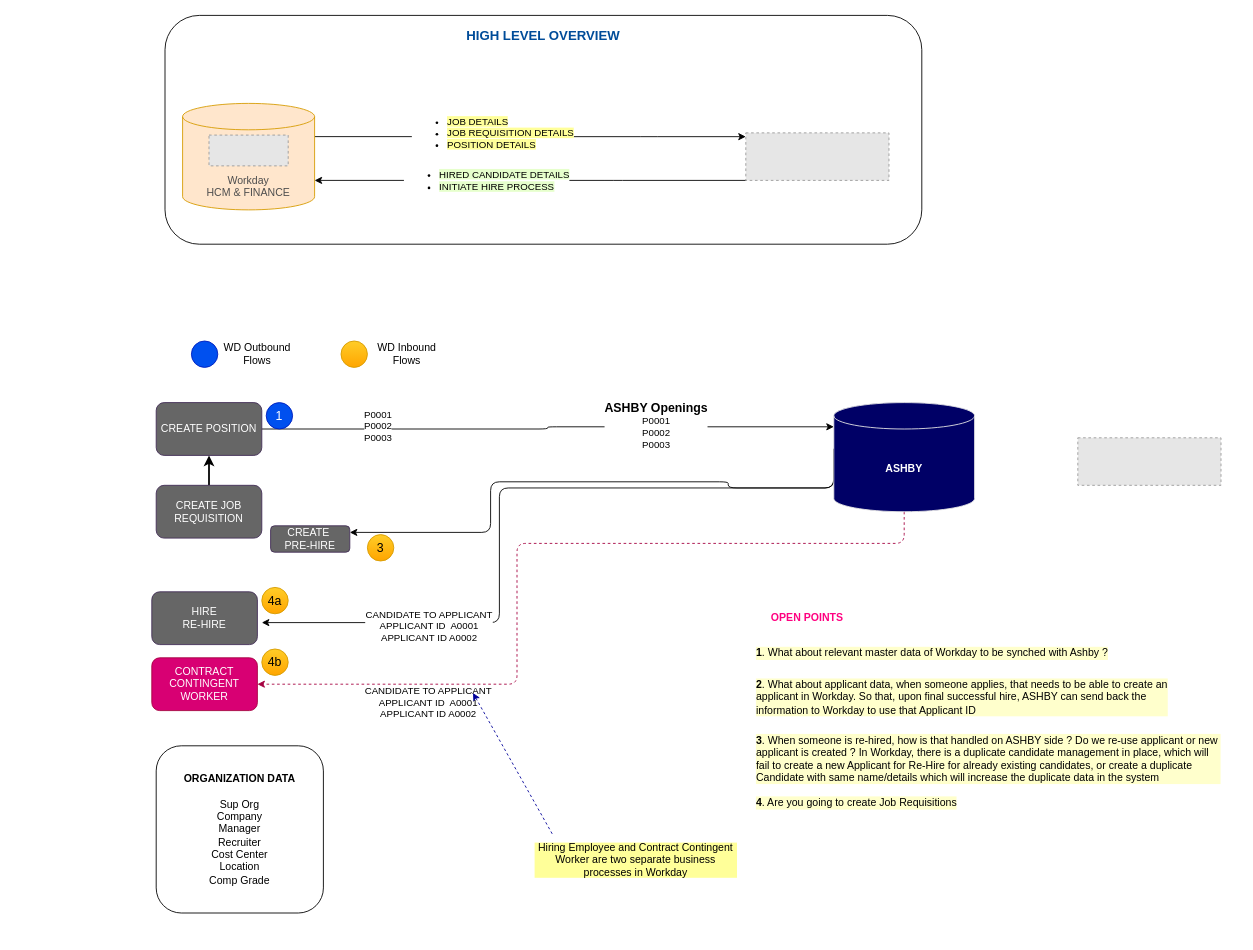
Above: ASHBY Recruiting Integration.drawio in sandyaroma/sandyaroma (draw.io), before the change. Source tidied: cells renumbered, new cells numbered last; positions are measured from the earlier drawing's top-left corner, leaving out a move shared by most shapes. Both pictures are drawn from the tidied source at 88%, with x=0, y=0 at pixel (15, 15). Pictures stored in the file or linked from it are replaced by grey dashed boxes.
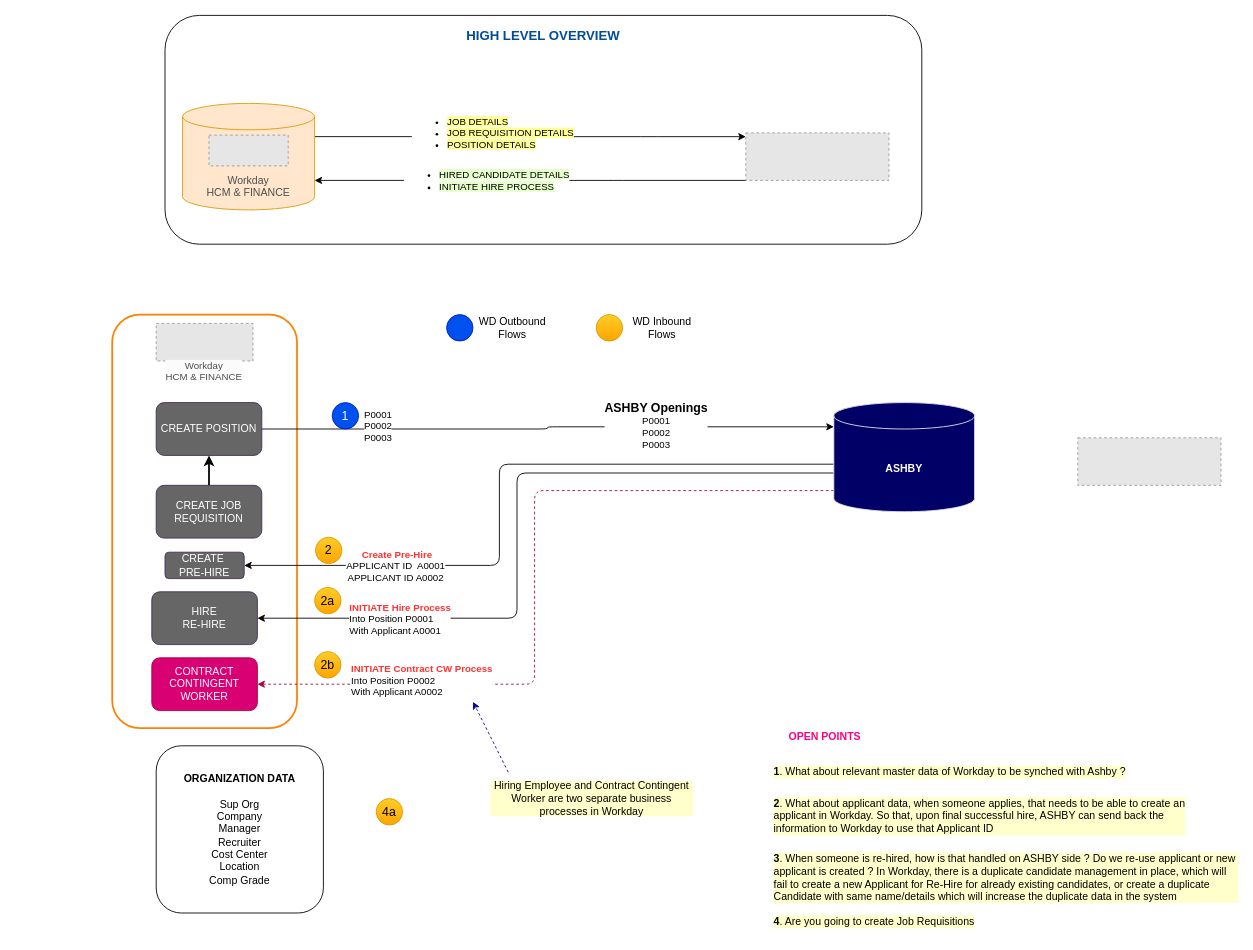
Above is the later version.

The change refers to these unchanged cells:
```xml
<mxCell id="20" value="&lt;font color=&quot;#ffffff&quot;&gt;&lt;b&gt;ASHBY&lt;/b&gt;&lt;/font&gt;" style="shape=cylinder3;whiteSpace=wrap;html=1;boundedLbl=1;backgroundOutline=1;size=15;fillColor=#000066;strokeColor=#E6E6E6;" parent="1" vertex="1">
  <mxGeometry x="930" y="440" width="160" height="124" as="geometry" />
</mxCell>
<mxCell id="24" value="HIRE&lt;div&gt;RE-HIRE&lt;/div&gt;" style="rounded=1;whiteSpace=wrap;html=1;fillColor=#666666;fontColor=#ffffff;strokeColor=#432D57;" parent="1" vertex="1">
  <mxGeometry x="155" y="655" width="120" height="60" as="geometry" />
</mxCell>
<mxCell id="25" value="CONTRACT CONTINGENT WORKER" style="rounded=1;whiteSpace=wrap;html=1;fillColor=#d80073;fontColor=#ffffff;strokeColor=#A50040;" parent="1" vertex="1">
  <mxGeometry x="155" y="730" width="120" height="60" as="geometry" />
</mxCell>
```

Diff of the diagram source:
```diff
@@
+    <mxCell id="43" style="rounded=1;whiteSpace=wrap;html=1;fillColor=none;strokeColor=#FF8000;strokeWidth=2;perimeterSpacing=1;" parent="1" vertex="1">
+      <mxGeometry x="110" y="340" width="210" height="470" as="geometry" />
+    </mxCell>
@@
-    <mxCell id="15" style="edgeStyle=orthogonalEdgeStyle;rounded=1;jettySize=auto;html=1;exitX=0;exitY=0;exitDx=0;exitDy=52.5;exitPerimeter=0;curved=0;" parent="1" edge="1" source="20">
-      <mxGeometry relative="1" as="geometry">
-        <mxPoint x="280" y="690" as="targetPoint" />
-        <Array as="points">
-          <mxPoint x="550" y="537" />
-          <mxPoint x="550" y="690" />
-        </Array>
-      </mxGeometry>
-    </mxCell>
-    <mxCell id="16" value="CANDIDATE TO APPLICANT&lt;div&gt;APPLICANT ID&amp;nbsp; A0001&lt;/div&gt;&lt;div&gt;APPLICANT ID A0002&lt;/div&gt;" style="edgeLabel;html=1;align=center;verticalAlign=middle;" parent="15" vertex="1">
-      <mxGeometry x="0.56" y="3" relative="1" as="geometry">
-        <mxPoint x="3" as="offset" />
-      </mxGeometry>
-    </mxCell>
     <mxCell id="17" style="edgeStyle=orthogonalEdgeStyle;rounded=1;jettySize=auto;html=1;entryX=1;entryY=0.5;entryDx=0;entryDy=0;curved=0;fillColor=#d80073;strokeColor=#A50040;dashed=1;" parent="1" edge="1" source="20" target="25">
       <mxGeometry relative="1" as="geometry">
         <Array as="points">
-          <mxPoint x="1010" y="600" />
-          <mxPoint x="570" y="600" />
-          <mxPoint x="570" y="760" />
+          <mxPoint x="590" y="540" />
+          <mxPoint x="590" y="760" />
         </Array>
       </mxGeometry>
     </mxCell>
-    <mxCell id="18" value="CANDIDATE TO APPLICANT&lt;div&gt;APPLICANT ID&amp;nbsp; A0001&lt;/div&gt;&lt;div&gt;APPLICANT ID A0002&lt;/div&gt;" style="edgeLabel;html=1;align=center;verticalAlign=middle;" parent="17" vertex="1">
-      <mxGeometry x="0.61" y="2" relative="1" as="geometry">
-        <mxPoint x="11" y="18" as="offset" />
-      </mxGeometry>
-    </mxCell>
-    <mxCell id="19" style="edgeStyle=orthogonalEdgeStyle;rounded=1;jettySize=auto;html=1;exitX=0;exitY=0;exitDx=0;exitDy=52.5;exitPerimeter=0;entryX=1;entryY=0.25;entryDx=0;entryDy=0;curved=0;" parent="1" edge="1" source="20" target="32">
+    <mxCell id="19" style="edgeStyle=orthogonalEdgeStyle;rounded=1;jettySize=auto;html=1;entryX=1;entryY=0.5;entryDx=0;entryDy=0;curved=0;" parent="1" edge="1" source="20" target="32">
       <mxGeometry relative="1" as="geometry">
         <Array as="points">
-          <mxPoint x="810" y="537" />
-          <mxPoint x="810" y="530" />
-          <mxPoint x="540" y="530" />
-          <mxPoint x="540" y="588" />
+          <mxPoint x="550" y="510" />
+          <mxPoint x="550" y="625" />
         </Array>
       </mxGeometry>
     </mxCell>
+    <mxCell id="44" value="&lt;b&gt;&lt;font color=&quot;#ff3333&quot;&gt;&amp;nbsp;Create Pre-Hire&lt;/font&gt;&lt;/b&gt;&lt;div&gt;APPLICANT ID&amp;nbsp; A0001&lt;/div&gt;&lt;div&gt;APPLICANT ID A0002&lt;/div&gt;" style="edgeLabel;html=1;align=center;verticalAlign=middle;" parent="19" vertex="1">
+      <mxGeometry x="0.49" y="1" relative="1" as="geometry">
+        <mxPoint x="-29" y="-1" as="offset" />
+      </mxGeometry>
+    </mxCell>
+    <mxCell id="45" style="edgeStyle=orthogonalEdgeStyle;rounded=1;jettySize=auto;html=1;entryX=1;entryY=0.5;entryDx=0;entryDy=0;curved=0;" parent="1" edge="1" source="20" target="24">
+      <mxGeometry relative="1" as="geometry">
+        <Array as="points">
+          <mxPoint x="570" y="520" />
+          <mxPoint x="570" y="685" />
+        </Array>
+      </mxGeometry>
+    </mxCell>
+    <mxCell id="46" value="&lt;b&gt;&lt;font color=&quot;#ff3333&quot;&gt;INITIATE Hire Process&lt;/font&gt;&lt;/b&gt;&lt;div&gt;Into Position P0001&lt;/div&gt;&lt;div&gt;With Applicant A0001&lt;/div&gt;" style="edgeLabel;html=1;align=left;verticalAlign=middle;" parent="45" vertex="1">
+      <mxGeometry x="0.58" y="3" relative="1" as="geometry">
+        <mxPoint x="-69" y="-3" as="offset" />
+      </mxGeometry>
+    </mxCell>
@@
     <mxCell id="27" value="&lt;b&gt;1&lt;/b&gt;. What about relevant master data of Workday to be synched with Ashby ?" style="text;html=1;align=left;verticalAlign=middle;whiteSpace=wrap;rounded=0;labelBackgroundColor=#FFFFCC;" parent="1" vertex="1">
-      <mxGeometry x="840" y="710" width="530" height="30" as="geometry" />
+      <mxGeometry x="860" y="845" width="530" height="30" as="geometry" />
     </mxCell>
     <mxCell id="28" value="&lt;b&gt;2&lt;/b&gt;. What about applicant data, when someone applies, that needs to be able to create an applicant in Workday. So that, upon final successful hire, ASHBY can send back the information to Workday to use that Applicant ID" style="text;html=1;align=left;verticalAlign=middle;whiteSpace=wrap;rounded=0;labelBackgroundColor=#FFFFCC;" parent="1" vertex="1">
-      <mxGeometry x="840" y="760" width="470" height="30" as="geometry" />
+      <mxGeometry x="860" y="895" width="470" height="30" as="geometry" />
     </mxCell>
     <mxCell id="29" value="&lt;b&gt;3&lt;/b&gt;. When someone is re-hired, how is that handled on ASHBY side ? Do we re-use applicant or new applicant is created ? In Workday, there is a duplicate candidate management in place, which will fail to create a new Applicant for Re-Hire for already existing candidates, or create a duplicate Candidate with same name/details which will increase the duplicate data in the system" style="text;html=1;align=left;verticalAlign=middle;whiteSpace=wrap;rounded=0;labelBackgroundColor=#FFFFCC;" parent="1" vertex="1">
-      <mxGeometry x="840" y="820" width="530" height="50" as="geometry" />
+      <mxGeometry x="860" y="955" width="530" height="50" as="geometry" />
     </mxCell>
     <mxCell id="30" value="&lt;b&gt;&lt;font&gt;OPEN POINTS&lt;/font&gt;&lt;/b&gt;" style="text;html=1;align=center;verticalAlign=middle;whiteSpace=wrap;rounded=0;fontColor=#FF0080;" parent="1" vertex="1">
-      <mxGeometry x="840" y="670" width="120" height="30" as="geometry" />
+      <mxGeometry x="860" y="805" width="120" height="30" as="geometry" />
     </mxCell>
     <mxCell id="31" value="&lt;b&gt;4&lt;/b&gt;. Are you going to create Job Requisitions" style="text;html=1;align=left;verticalAlign=middle;whiteSpace=wrap;rounded=0;labelBackgroundColor=#FFFFCC;" parent="1" vertex="1">
-      <mxGeometry x="840" y="880" width="530" height="30" as="geometry" />
+      <mxGeometry x="860" y="1015" width="530" height="30" as="geometry" />
     </mxCell>
     <mxCell id="32" value="CREATE&amp;nbsp;&lt;div&gt;PRE-HIRE&lt;/div&gt;" style="rounded=1;whiteSpace=wrap;html=1;fillColor=#666666;fontColor=#ffffff;strokeColor=#432D57;" parent="1" vertex="1">
-      <mxGeometry x="290" y="580" width="90" height="30" as="geometry" />
+      <mxGeometry x="170" y="610" width="90" height="30" as="geometry" />
     </mxCell>
     <mxCell id="33" value="&lt;font style=&quot;font-size: 14px;&quot;&gt;1&lt;/font&gt;" style="ellipse;whiteSpace=wrap;html=1;fillColor=#0050ef;fontColor=#ffffff;strokeColor=#001DBC;" parent="1" vertex="1">
-      <mxGeometry x="285" y="440" width="30" height="30" as="geometry" />
+      <mxGeometry x="360" y="440" width="30" height="30" as="geometry" />
     </mxCell>
-    <mxCell id="34" value="&lt;span style=&quot;font-size: 14px;&quot;&gt;3&lt;/span&gt;" style="ellipse;whiteSpace=wrap;html=1;fillColor=#ffcd28;strokeColor=#d79b00;gradientColor=#ffa500;" parent="1" vertex="1">
-      <mxGeometry x="400" y="590" width="30" height="30" as="geometry" />
+    <mxCell id="34" value="&lt;span style=&quot;font-size: 14px;&quot;&gt;2&lt;/span&gt;" style="ellipse;whiteSpace=wrap;html=1;fillColor=#ffcd28;strokeColor=#d79b00;gradientColor=#ffa500;" parent="1" vertex="1">
+      <mxGeometry x="341" y="593" width="30" height="30" as="geometry" />
     </mxCell>
     <mxCell id="35" value="&lt;span style=&quot;font-size: 14px;&quot;&gt;4a&lt;/span&gt;" style="ellipse;whiteSpace=wrap;html=1;fillColor=#ffcd28;strokeColor=#d79b00;gradientColor=#ffa500;" parent="1" vertex="1">
-      <mxGeometry x="280" y="650" width="30" height="30" as="geometry" />
+      <mxGeometry x="410" y="890" width="30" height="30" as="geometry" />
     </mxCell>
-    <mxCell id="36" value="&lt;span style=&quot;font-size: 14px;&quot;&gt;4b&lt;/span&gt;" style="ellipse;whiteSpace=wrap;html=1;fillColor=#ffcd28;strokeColor=#d79b00;gradientColor=#ffa500;" parent="1" vertex="1">
-      <mxGeometry x="280" y="720" width="30" height="30" as="geometry" />
+    <mxCell id="36" value="&lt;span style=&quot;font-size: 14px;&quot;&gt;2a&lt;/span&gt;" style="ellipse;whiteSpace=wrap;html=1;fillColor=#ffcd28;strokeColor=#d79b00;gradientColor=#ffa500;" parent="1" vertex="1">
+      <mxGeometry x="340" y="650" width="30" height="30" as="geometry" />
     </mxCell>
-    <mxCell id="37" value="Hiring Employee and Contract Contingent Worker are two separate business processes in Workday" style="text;html=1;align=center;verticalAlign=middle;whiteSpace=wrap;rounded=0;fillColor=#FFFF99;" parent="1" vertex="1">
-      <mxGeometry x="590" y="940" width="230" height="40" as="geometry" />
+    <mxCell id="37" value="Hiring Employee and Contract Contingent Worker are two separate business processes in Workday" style="text;html=1;align=center;verticalAlign=middle;whiteSpace=wrap;rounded=0;fillColor=#FFFFCC;" parent="1" vertex="1">
+      <mxGeometry x="540" y="870" width="230" height="40" as="geometry" />
     </mxCell>
     <mxCell id="38" style="endArrow=classic;html=1;rounded=0;dashed=1;strokeColor=#000099;" parent="1" edge="1">
       <mxGeometry relative="1" as="geometry">
-        <mxPoint x="610" y="930" as="sourcePoint" />
-        <mxPoint x="520" y="770" as="targetPoint" />
+        <mxPoint x="560" y="860" as="sourcePoint" />
+        <mxPoint x="520" y="780" as="targetPoint" />
       </mxGeometry>
     </mxCell>
     <mxCell id="39" style="ellipse;whiteSpace=wrap;html=1;fillColor=#0050ef;fontColor=#ffffff;strokeColor=#001DBC;" parent="1" vertex="1">
-      <mxGeometry x="200" y="370" width="30" height="30" as="geometry" />
+      <mxGeometry x="490" y="340" width="30" height="30" as="geometry" />
     </mxCell>
     <mxCell id="40" style="ellipse;whiteSpace=wrap;html=1;fillColor=#ffcd28;strokeColor=#d79b00;gradientColor=#ffa500;" parent="1" vertex="1">
-      <mxGeometry x="370" y="370" width="30" height="30" as="geometry" />
+      <mxGeometry x="660" y="340" width="30" height="30" as="geometry" />
     </mxCell>
     <mxCell id="41" value="WD Outbound Flows" style="text;html=1;align=center;verticalAlign=middle;whiteSpace=wrap;rounded=0;" parent="1" vertex="1">
-      <mxGeometry x="235" y="370" width="80" height="30" as="geometry" />
+      <mxGeometry x="525" y="340" width="80" height="30" as="geometry" />
     </mxCell>
     <mxCell id="42" value="WD Inbound Flows" style="text;html=1;align=center;verticalAlign=middle;whiteSpace=wrap;rounded=0;" parent="1" vertex="1">
-      <mxGeometry x="410" y="370" width="70" height="30" as="geometry" />
+      <mxGeometry x="700" y="340" width="70" height="30" as="geometry" />
     </mxCell>
+    <mxCell id="47" value="&lt;b&gt;&lt;font color=&quot;#ff3333&quot;&gt;INITIATE Contract CW Process&lt;/font&gt;&lt;/b&gt;&lt;div&gt;Into Position P0002&lt;/div&gt;&lt;div&gt;With Applicant A0002&lt;/div&gt;" style="edgeLabel;html=1;align=left;verticalAlign=middle;" parent="1" vertex="1">
+      <mxGeometry x="380" y="755" as="geometry" />
+    </mxCell>
+    <mxCell id="48" value="&lt;span style=&quot;font-size: 14px;&quot;&gt;2b&lt;/span&gt;" style="ellipse;whiteSpace=wrap;html=1;fillColor=#ffcd28;strokeColor=#d79b00;gradientColor=#ffa500;" parent="1" vertex="1">
+      <mxGeometry x="340" y="723" width="30" height="30" as="geometry" />
+    </mxCell>
+    <mxCell id="49" style="fillColor=#E6E6E6;strokeColor=#999999;dashed=1;verticalLabelPosition=bottom;labelBackgroundColor=default;verticalAlign=top;" parent="1" vertex="1">
+      <mxGeometry x="160" y="350" width="110" height="42.7" as="geometry" />
+    </mxCell>
+    <mxCell id="50" value="&lt;div style=&quot;forced-color-adjust: none; color: rgb(0, 0, 0); font-family: Helvetica; font-style: normal; font-variant-ligatures: normal; font-variant-caps: normal; font-weight: 400; letter-spacing: normal; orphans: 2; text-indent: 0px; text-transform: none; widows: 2; word-spacing: 0px; -webkit-text-stroke-width: 0px; white-space: normal; background-color: rgb(251, 251, 251); text-decoration-thickness: initial; text-decoration-style: initial; text-decoration-color: initial; font-size: 11px;&quot;&gt;&lt;font style=&quot;font-size: 11px;&quot;&gt;&lt;span style=&quot;color: rgb(77, 77, 77);&quot;&gt;Workday&lt;/span&gt;&lt;br&gt;&lt;/font&gt;&lt;/div&gt;&lt;div style=&quot;forced-color-adjust: none; color: rgb(0, 0, 0); font-family: Helvetica; font-style: normal; font-variant-ligatures: normal; font-variant-caps: normal; font-weight: 400; letter-spacing: normal; orphans: 2; text-indent: 0px; text-transform: none; widows: 2; word-spacing: 0px; -webkit-text-stroke-width: 0px; white-space: normal; background-color: rgb(251, 251, 251); text-decoration-thickness: initial; text-decoration-style: initial; text-decoration-color: initial; font-size: 11px;&quot;&gt;&lt;font color=&quot;#4d4d4d&quot; style=&quot;forced-color-adjust: none; font-size: 11px;&quot;&gt;HCM &amp;amp; FINANCE&lt;/font&gt;&lt;/div&gt;" style="text;whiteSpace=wrap;html=1;align=center;" parent="1" vertex="1">
+      <mxGeometry x="157" y="384.7" width="115" height="17.3" as="geometry" />
+    </mxCell>
```
